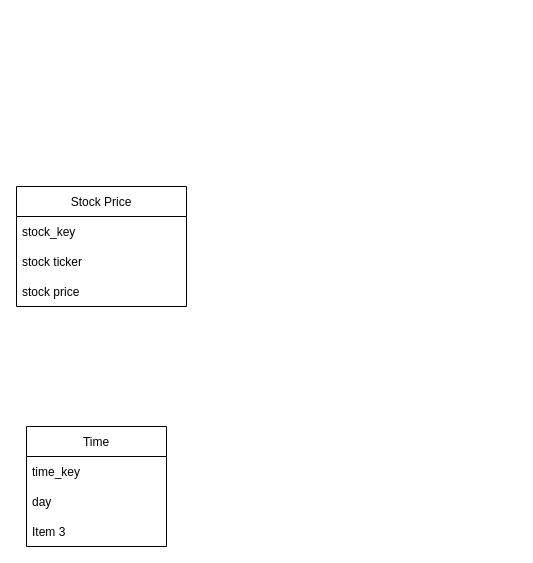
Above: StarSchema.drawio in Mart1n1DE/TwitterStockAnalytics (draw.io), before the change. Source tidied: cells renumbered, new cells numbered last; positions are measured from the earlier drawing's top-left corner, leaving out a move shared by most shapes. Both pictures are drawn from the tidied source at 100%, with x=0, y=0 at pixel (16, 186).
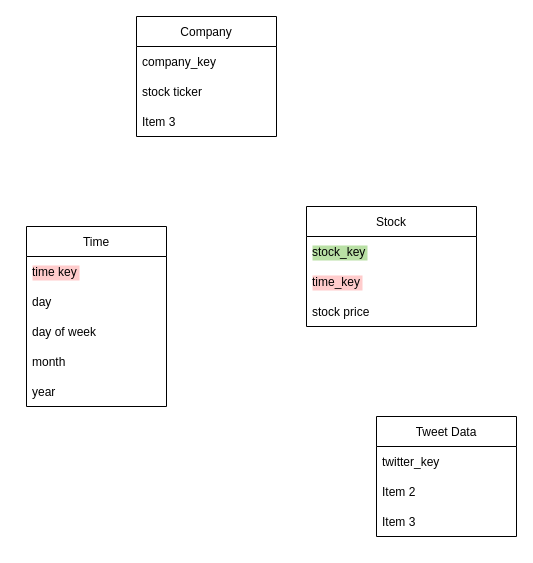
The same diagram, later.

The edit, as a diff of the source:
```diff
@@
 <mxGraphModel>
   <root>
     <mxCell id="0" />
     <mxCell id="1" parent="0" />
-    <mxCell id="2" value="Stock Price" style="swimlane;fontStyle=0;horizontal=1;startSize=30;" parent="1" vertex="1">
-      <mxGeometry width="170" height="120" as="geometry" />
+    <mxCell id="2" value="Stock" style="swimlane;fontStyle=0;horizontal=1;startSize=30;" parent="1" vertex="1">
+      <mxGeometry x="290" y="20" width="170" height="120" as="geometry" />
     </mxCell>
-    <mxCell id="3" value="stock_key" style="text;strokeColor=none;fillColor=none;align=left;verticalAlign=middle;spacingLeft=4;spacingRight=4;overflow=hidden;" parent="2" vertex="1">
+    <mxCell id="3" value="stock_key" style="text;strokeColor=none;fillColor=none;align=left;verticalAlign=middle;spacingLeft=4;spacingRight=4;overflow=hidden;labelBackgroundColor=#B9E0A5;" parent="2" vertex="1">
       <mxGeometry y="30" width="170" height="30" as="geometry" />
     </mxCell>
-    <mxCell id="4" value="stock ticker" style="text;strokeColor=none;fillColor=none;align=left;verticalAlign=middle;spacingLeft=4;spacingRight=4;overflow=hidden;" parent="2" vertex="1">
+    <mxCell id="4" value="time_key" style="text;strokeColor=none;fillColor=none;align=left;verticalAlign=middle;spacingLeft=4;spacingRight=4;overflow=hidden;labelBackgroundColor=#FFCCCC;" parent="2" vertex="1">
       <mxGeometry y="60" width="170" height="30" as="geometry" />
     </mxCell>
     <mxCell id="5" value="stock price" style="text;strokeColor=none;fillColor=none;align=left;verticalAlign=middle;spacingLeft=4;spacingRight=4;overflow=hidden;" parent="2" vertex="1">
       <mxGeometry y="90" width="170" height="30" as="geometry" />
     </mxCell>
     <mxCell id="6" value="Time" style="swimlane;fontStyle=0;horizontal=1;startSize=30;" parent="1" vertex="1">
-      <mxGeometry x="10" y="240" width="140" height="120" as="geometry" />
+      <mxGeometry x="10" y="40" width="140" height="180" as="geometry" />
     </mxCell>
-    <mxCell id="7" value="time_key" style="text;strokeColor=none;fillColor=none;align=left;verticalAlign=middle;spacingLeft=4;spacingRight=4;overflow=hidden;" parent="6" vertex="1">
+    <mxCell id="7" value="time key" style="text;strokeColor=none;fillColor=none;align=left;verticalAlign=middle;spacingLeft=4;spacingRight=4;overflow=hidden;labelBackgroundColor=#FFCCCC;" parent="6" vertex="1">
       <mxGeometry y="30" width="140" height="30" as="geometry" />
     </mxCell>
     <mxCell id="8" value="day" style="text;strokeColor=none;fillColor=none;align=left;verticalAlign=middle;spacingLeft=4;spacingRight=4;overflow=hidden;" parent="6" vertex="1">
       <mxGeometry y="60" width="140" height="30" as="geometry" />
     </mxCell>
-    <mxCell id="9" value="Item 3" style="text;strokeColor=none;fillColor=none;align=left;verticalAlign=middle;spacingLeft=4;spacingRight=4;overflow=hidden;" parent="6" vertex="1">
+    <mxCell id="9" value="day of week" style="text;strokeColor=none;fillColor=none;align=left;verticalAlign=middle;spacingLeft=4;spacingRight=4;overflow=hidden;" parent="6" vertex="1">
       <mxGeometry y="90" width="140" height="30" as="geometry" />
     </mxCell>
+    <mxCell id="10" value="month" style="text;strokeColor=none;fillColor=none;align=left;verticalAlign=middle;spacingLeft=4;spacingRight=4;overflow=hidden;" parent="6" vertex="1">
+      <mxGeometry y="120" width="140" height="30" as="geometry" />
+    </mxCell>
+    <mxCell id="11" value="year" style="text;strokeColor=none;fillColor=none;align=left;verticalAlign=middle;spacingLeft=4;spacingRight=4;overflow=hidden;" parent="6" vertex="1">
+      <mxGeometry y="150" width="140" height="30" as="geometry" />
+    </mxCell>
+    <mxCell id="12" value="Company" style="swimlane;fontStyle=0;horizontal=1;startSize=30;" parent="1" vertex="1">
+      <mxGeometry x="120" y="-170" width="140" height="120" as="geometry" />
+    </mxCell>
+    <mxCell id="13" value="company_key" style="text;strokeColor=none;fillColor=none;align=left;verticalAlign=middle;spacingLeft=4;spacingRight=4;overflow=hidden;" parent="12" vertex="1">
+      <mxGeometry y="30" width="140" height="30" as="geometry" />
+    </mxCell>
+    <mxCell id="14" value="stock ticker" style="text;strokeColor=none;fillColor=none;align=left;verticalAlign=middle;spacingLeft=4;spacingRight=4;overflow=hidden;" parent="12" vertex="1">
+      <mxGeometry y="60" width="140" height="30" as="geometry" />
+    </mxCell>
+    <mxCell id="15" value="Item 3" style="text;strokeColor=none;fillColor=none;align=left;verticalAlign=middle;spacingLeft=4;spacingRight=4;overflow=hidden;" parent="12" vertex="1">
+      <mxGeometry y="90" width="140" height="30" as="geometry" />
+    </mxCell>
+    <mxCell id="16" value="Tweet Data" style="swimlane;fontStyle=0;horizontal=1;startSize=30;labelBackgroundColor=none;" parent="1" vertex="1">
+      <mxGeometry x="360" y="230" width="140" height="120" as="geometry" />
+    </mxCell>
+    <mxCell id="17" value="twitter_key" style="text;strokeColor=none;fillColor=none;align=left;verticalAlign=middle;spacingLeft=4;spacingRight=4;overflow=hidden;labelBackgroundColor=none;" parent="16" vertex="1">
+      <mxGeometry y="30" width="140" height="30" as="geometry" />
+    </mxCell>
+    <mxCell id="18" value="Item 2" style="text;strokeColor=none;fillColor=none;align=left;verticalAlign=middle;spacingLeft=4;spacingRight=4;overflow=hidden;labelBackgroundColor=none;" parent="16" vertex="1">
+      <mxGeometry y="60" width="140" height="30" as="geometry" />
+    </mxCell>
+    <mxCell id="19" value="Item 3" style="text;strokeColor=none;fillColor=none;align=left;verticalAlign=middle;spacingLeft=4;spacingRight=4;overflow=hidden;labelBackgroundColor=none;" parent="16" vertex="1">
+      <mxGeometry y="90" width="140" height="30" as="geometry" />
+    </mxCell>
   </root>
 </mxGraphModel>
```
